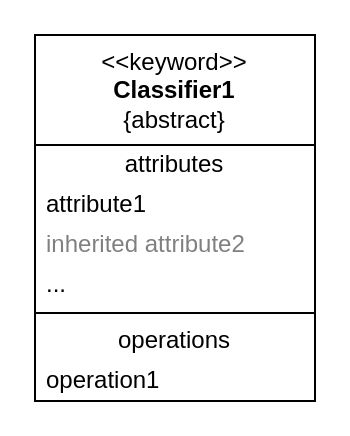
This is src/EJPatrones/GuiaPatrones03Comportamiento/EJ04-TemplateMethod-MaquinaBebidas/EJ04-TemplateMethod.dio from gastonjavierricchiardi/ejercicios-csharp-utn-2026, a draw.io file, before an edit. Source tidied: cells renumbered, new cells numbered last; positions are measured from the earlier drawing's top-left corner, leaving out a move shared by most shapes. Both pictures are drawn from the tidied source at 200%, with x=0, y=0 at pixel (34, 34).
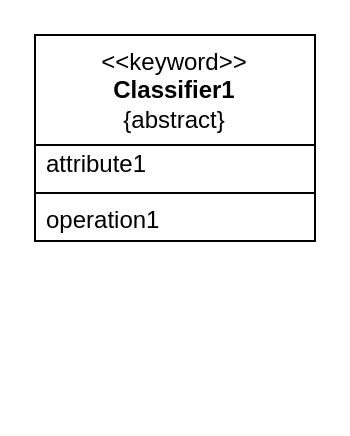
After the change.

The edit, as a diff of the source:
```diff
@@
 <mxGraphModel background="light-dark(#FFFFFF,#121212)">
   <root>
     <mxCell id="0" />
     <mxCell id="1" parent="0" />
     <mxCell id="2" value="&amp;lt;&amp;lt;keyword&amp;gt;&amp;gt;&lt;br&gt;&lt;b&gt;Classifier1&lt;/b&gt;&lt;br&gt;{abstract}" style="swimlane;fontStyle=0;align=center;verticalAlign=top;horizontal=1;startSize=55;html=1;whiteSpace=wrap;" parent="1" vertex="1">
-      <mxGeometry width="140" height="183" as="geometry" />
+      <mxGeometry width="140" height="103" as="geometry" />
     </mxCell>
-    <mxCell id="3" value="attributes" style="text;html=1;strokeColor=none;fillColor=none;align=center;verticalAlign=middle;spacingLeft=4;spacingRight=4;overflow=hidden;whiteSpace=wrap;" parent="2" vertex="1">
-      <mxGeometry y="55" width="140" height="20" as="geometry" />
-    </mxCell>
     <mxCell id="4" value="attribute1" style="text;html=1;strokeColor=none;fillColor=none;align=left;verticalAlign=middle;spacingLeft=4;spacingRight=4;overflow=hidden;whiteSpace=wrap;" parent="2" vertex="1">
-      <mxGeometry y="75" width="140" height="20" as="geometry" />
+      <mxGeometry y="55" width="140" height="20" as="geometry" />
     </mxCell>
-    <mxCell id="5" value="inherited attribute2" style="text;html=1;strokeColor=none;fillColor=none;align=left;verticalAlign=middle;spacingLeft=4;spacingRight=4;overflow=hidden;fontColor=#808080;whiteSpace=wrap;" parent="2" vertex="1">
-      <mxGeometry y="95" width="140" height="20" as="geometry" />
-    </mxCell>
-    <mxCell id="6" value="..." style="text;html=1;strokeColor=none;fillColor=none;align=left;verticalAlign=middle;spacingLeft=4;spacingRight=4;overflow=hidden;whiteSpace=wrap;" parent="2" vertex="1">
-      <mxGeometry y="115" width="140" height="20" as="geometry" />
-    </mxCell>
     <mxCell id="7" style="line;strokeWidth=1;fillColor=none;align=left;verticalAlign=middle;spacingTop=-1;spacingLeft=3;spacingRight=3;labelPosition=right;labelPerimeter=1;" parent="2" vertex="1">
-      <mxGeometry y="135" width="140" height="8" as="geometry" />
+      <mxGeometry y="75" width="140" height="8" as="geometry" />
     </mxCell>
-    <mxCell id="8" value="operations" style="text;html=1;strokeColor=none;fillColor=none;align=center;verticalAlign=middle;spacingLeft=4;spacingRight=4;overflow=hidden;whiteSpace=wrap;" parent="2" vertex="1">
-      <mxGeometry y="143" width="140" height="20" as="geometry" />
-    </mxCell>
     <mxCell id="9" value="operation1" style="text;html=1;strokeColor=none;fillColor=none;align=left;verticalAlign=middle;spacingLeft=4;spacingRight=4;overflow=hidden;whiteSpace=wrap;" parent="2" vertex="1">
-      <mxGeometry y="163" width="140" height="20" as="geometry" />
+      <mxGeometry y="83" width="140" height="20" as="geometry" />
     </mxCell>
   </root>
 </mxGraphModel>
```
